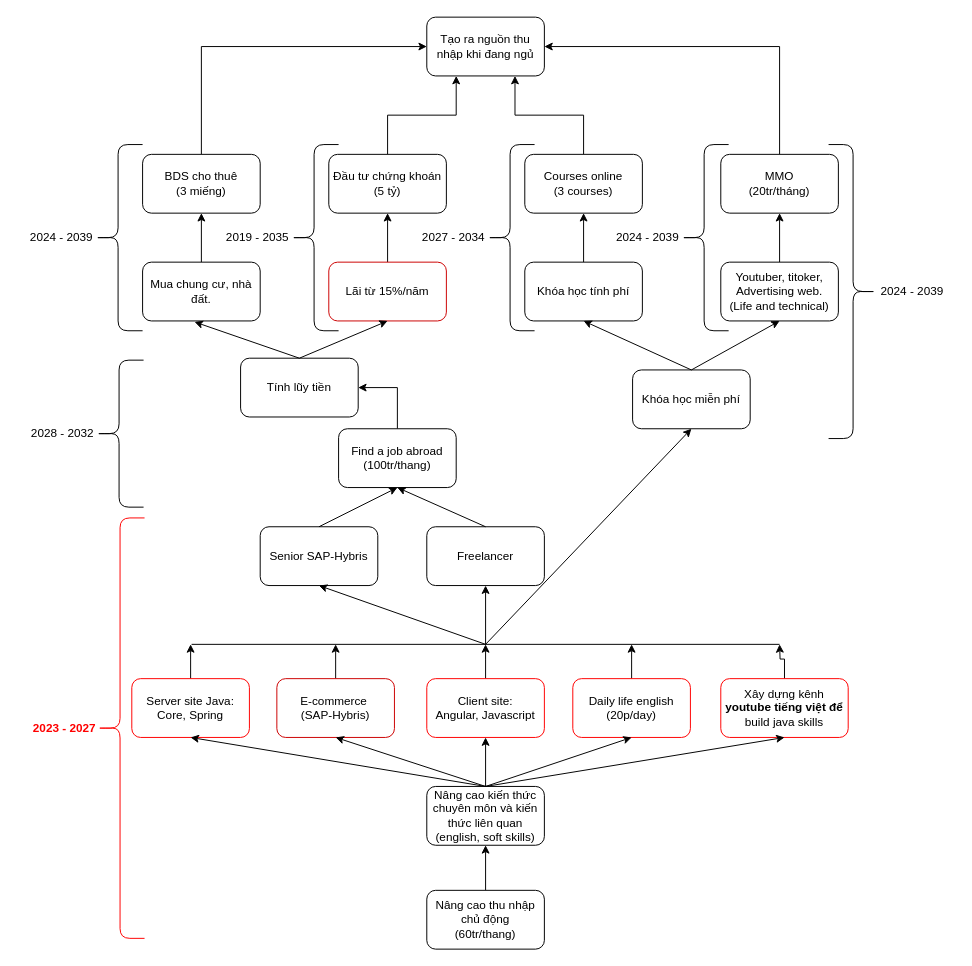
The draw.io diagram page "Page-3" (3 of 3) of FlowOfLife.drawio in pinestran/transferfiles, before the edit. Source tidied: cells renumbered, new cells numbered last; positions are measured from the earlier drawing's top-left corner, leaving out a move shared by most shapes. Both pictures are drawn from the tidied source at 98%, with x=0, y=0 at pixel (17, 17).
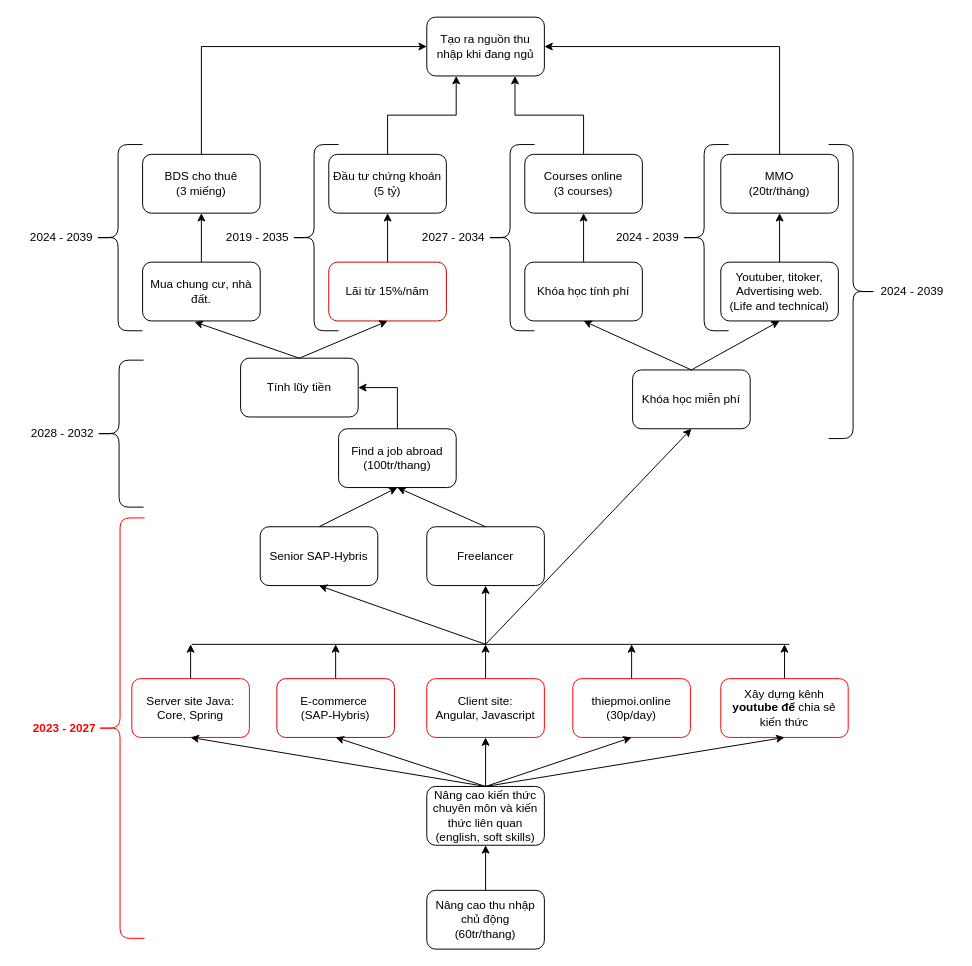
Above is the later version.

Change to the diagram source:
```diff
@@
-    <mxCell id="32" value="&lt;div&gt;Daily life english&lt;/div&gt;&lt;div&gt;(20p/day)&lt;br&gt;&lt;/div&gt;" style="rounded=1;whiteSpace=wrap;html=1;strokeColor=#FF0000;" parent="1" vertex="1">
+    <mxCell id="32" value="&lt;div&gt;thiepmoi.online&lt;/div&gt;&lt;div&gt;(30p/day)&lt;br&gt;&lt;/div&gt;" style="rounded=1;whiteSpace=wrap;html=1;strokeColor=#FF0000;" parent="1" vertex="1">
       <mxGeometry x="567" y="675" width="120" height="60" as="geometry" />
     </mxCell>
@@
     <mxCell id="38" style="endArrow=none;html=1;rounded=0;" parent="1" edge="1">
       <mxGeometry relative="1" as="geometry">
         <mxPoint x="178" y="640" as="sourcePoint" />
-        <mxPoint x="778" y="640" as="targetPoint" />
+        <mxPoint x="788" y="640" as="targetPoint" />
       </mxGeometry>
     </mxCell>
@@
-    <mxCell id="64" style="edgeStyle=orthogonalEdgeStyle;rounded=0;jettySize=auto;html=1;" parent="1" edge="1" source="65">
-      <mxGeometry relative="1" as="geometry">
-        <mxPoint x="778" y="640" as="targetPoint" />
-      </mxGeometry>
-    </mxCell>
+    <mxCell id="67" style="edgeStyle=orthogonalEdgeStyle;rounded=0;jettySize=auto;html=1;exitX=0.5;exitY=0;exitDx=0;exitDy=0;" parent="1" edge="1" source="65">
+      <mxGeometry relative="1" as="geometry">
+        <mxPoint x="783" y="640" as="targetPoint" />
+      </mxGeometry>
+    </mxCell>
-    <mxCell id="65" value="Xây dựng kênh &lt;b&gt;youtube tiếng việt để &lt;/b&gt;build java skills" style="rounded=1;whiteSpace=wrap;html=1;strokeColor=#FF0000;" parent="1" vertex="1">
+    <mxCell id="65" value="Xây dựng kênh &lt;b&gt;youtube để &lt;/b&gt;chia sẻ kiến thức" style="rounded=1;whiteSpace=wrap;html=1;strokeColor=#FF0000;" parent="1" vertex="1">
       <mxGeometry x="718" y="675" width="130" height="60" as="geometry" />
     </mxCell>
```
